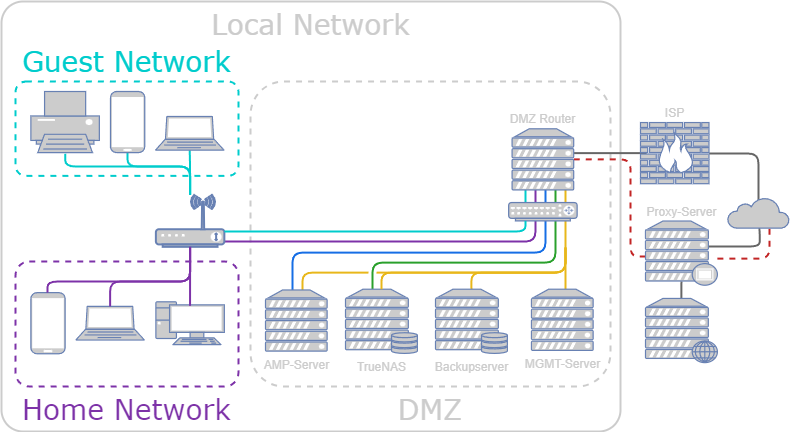
Earlier version of the draw.io export Network/Network_Layout_dark.png (Atomdonat/ServerDocumentation). Source tidied: cells renumbered, new cells last; positions are measured from the earlier drawing's top-left corner, leaving out a move shared by most shapes.
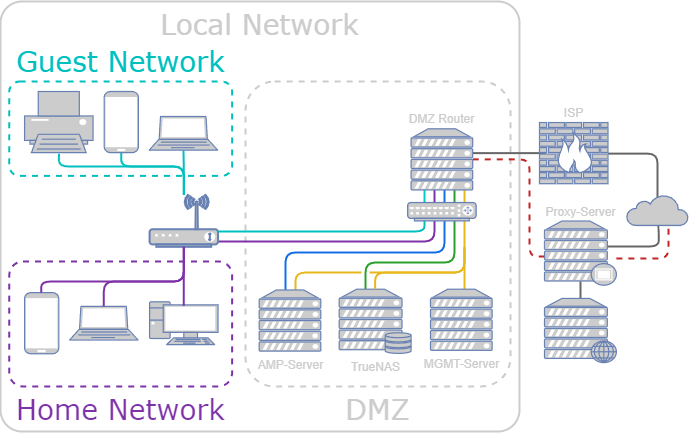
Later version of the same file.

Change to the diagram source:
```diff
@@ -3,25 +3,25 @@
     <mxCell id="0" />
     <mxCell id="1" parent="0" />
     <mxCell id="2" value="&lt;font color=&quot;#cccccc&quot;&gt;Local Network&lt;/font&gt;" style="rounded=1;whiteSpace=wrap;html=1;shadow=0;comic=0;strokeColor=#CCCCCC;strokeWidth=2;fillColor=none;fontFamily=Verdana;fontSize=28;fontColor=#6881B3;align=center;arcSize=5;verticalAlign=top;" parent="1" vertex="1">
-      <mxGeometry width="619" height="430" as="geometry" />
+      <mxGeometry x="5.3" width="519" height="430" as="geometry" />
     </mxCell>
     <mxCell id="3" value="&lt;font color=&quot;#cccccc&quot;&gt;DMZ&lt;/font&gt;" style="rounded=1;whiteSpace=wrap;html=1;shadow=0;comic=0;strokeColor=#CCCCCC;strokeWidth=2;fillColor=none;fontFamily=Verdana;fontSize=28;fontColor=#6881B3;align=center;arcSize=11;verticalAlign=top;dashed=1;labelPosition=center;verticalLabelPosition=bottom;" parent="1" vertex="1">
-      <mxGeometry x="249" y="80" width="360" height="305" as="geometry" />
+      <mxGeometry x="250.3" y="80" width="265" height="305" as="geometry" />
     </mxCell>
-    <mxCell id="4" value="&lt;font color=&quot;#00cccc&quot;&gt;Guest Network&lt;/font&gt;" style="rounded=1;whiteSpace=wrap;html=1;shadow=0;comic=0;strokeColor=#00CCCC;strokeWidth=2;fillColor=none;fontFamily=Verdana;fontSize=28;fontColor=#6881B3;align=center;arcSize=11;verticalAlign=bottom;dashed=1;labelPosition=center;verticalLabelPosition=top;" parent="1" vertex="1">
+    <mxCell id="4" value="&lt;font color=&quot;#00bfbf&quot;&gt;Guest Network&lt;/font&gt;" style="rounded=1;whiteSpace=wrap;html=1;shadow=0;comic=0;strokeColor=#00BFBF;strokeWidth=2;fillColor=none;fontFamily=Verdana;fontSize=28;fontColor=#6881B3;align=center;arcSize=11;verticalAlign=bottom;dashed=1;labelPosition=center;verticalLabelPosition=top;" parent="1" vertex="1">
       <mxGeometry x="14" y="80" width="223" height="94.4" as="geometry" />
     </mxCell>
     <mxCell id="5" style="rounded=1;orthogonalLoop=1;jettySize=auto;html=1;strokeColor=#E8B71A;strokeWidth=2;endArrow=none;endFill=0;" parent="1" edge="1">
       <mxGeometry relative="1" as="geometry">
-        <mxPoint x="564" y="188.4" as="sourcePoint" />
-        <mxPoint x="564" y="202.3" as="targetPoint" />
+        <mxPoint x="469.3" y="188.4" as="sourcePoint" />
+        <mxPoint x="469.3" y="202.3" as="targetPoint" />
       </mxGeometry>
     </mxCell>
     <mxCell id="6" style="edgeStyle=orthogonalEdgeStyle;rounded=1;jettySize=auto;html=1;curved=0;endArrow=none;endFill=0;strokeWidth=2;strokeColor=#666666;exitX=0.5;exitY=1;exitDx=0;exitDy=0;exitPerimeter=0;" parent="1" edge="1" source="16">
       <mxGeometry relative="1" as="geometry">
-        <mxPoint x="672.6" y="245" as="targetPoint" />
+        <mxPoint x="577.9" y="245" as="targetPoint" />
         <Array as="points">
-          <mxPoint x="758.2" y="245" />
+          <mxPoint x="663.5" y="245" />
         </Array>
       </mxGeometry>
     </mxCell>
@@ -40,7 +40,7 @@
     <mxCell id="11" style="edgeStyle=orthogonalEdgeStyle;rounded=1;jettySize=auto;html=1;curved=0;endArrow=none;endFill=0;strokeColor=#C22525;strokeWidth=2;dashed=1;" parent="1" edge="1" source="40" target="16">
       <mxGeometry relative="1" as="geometry">
         <Array as="points">
-          <mxPoint x="768" y="257.1" />
+          <mxPoint x="673.3" y="257.1" />
         </Array>
       </mxGeometry>
     </mxCell>
@@ -50,44 +50,43 @@
     <mxCell id="13" style="rounded=1;jettySize=auto;html=1;strokeColor=#7D32A8;strokeWidth=2;endArrow=none;endFill=0;jumpStyle=arc;edgeStyle=orthogonalEdgeStyle;" parent="1" edge="1" source="47" target="23">
       <mxGeometry relative="1" as="geometry">
         <Array as="points">
-          <mxPoint x="534" y="240" />
+          <mxPoint x="439.3" y="240" />
         </Array>
       </mxGeometry>
     </mxCell>
     <mxCell id="14" style="rounded=0;orthogonalLoop=1;jettySize=auto;html=1;endArrow=none;endFill=0;strokeColor=#7D32A8;strokeWidth=2;" parent="1" edge="1">
       <mxGeometry relative="1" as="geometry">
-        <mxPoint x="534" y="202.3" as="sourcePoint" />
-        <mxPoint x="534" y="188.4" as="targetPoint" />
+        <mxPoint x="439.3" y="202.3" as="sourcePoint" />
+        <mxPoint x="439.3" y="188.4" as="targetPoint" />
       </mxGeometry>
     </mxCell>
     <mxCell id="15" style="edgeStyle=orthogonalEdgeStyle;rounded=1;jettySize=auto;html=1;curved=0;strokeWidth=2;strokeColor=#666666;endArrow=none;endFill=0;exitX=0.5;exitY=0.08;exitDx=0;exitDy=0;exitPerimeter=0;" parent="1" edge="1" source="16" target="29">
       <mxGeometry relative="1" as="geometry">
         <Array as="points">
-          <mxPoint x="757" y="152" />
+          <mxPoint x="662.3" y="152" />
         </Array>
       </mxGeometry>
     </mxCell>
     <mxCell id="16" style="html=1;outlineConnect=0;fillColor=#CCCCCC;strokeColor=#6881B3;gradientColor=none;gradientDirection=north;strokeWidth=2;shape=mxgraph.networks.cloud;fontColor=#ffffff;" parent="1" vertex="1">
-      <mxGeometry x="726.2" y="196" width="61.6" height="30.6" as="geometry" />
+      <mxGeometry x="631.5" y="193.4" width="61.6" height="30.6" as="geometry" />
     </mxCell>
     <mxCell id="17" style="rounded=1;jettySize=auto;html=1;endArrow=none;endFill=0;strokeColor=#2AA02C;strokeWidth=2;edgeStyle=orthogonalEdgeStyle;" parent="1" edge="1" source="18" target="47">
       <mxGeometry relative="1" as="geometry">
         <Array as="points">
-          <mxPoint x="371" y="261" />
-          <mxPoint x="554" y="261" />
+          <mxPoint x="370.3" y="261" />
+          <mxPoint x="459.3" y="261" />
         </Array>
       </mxGeometry>
     </mxCell>
     <mxCell id="18" value="&lt;font color=&quot;#cccccc&quot;&gt;TrueNAS&lt;/font&gt;" style="fontColor=#0066CC;verticalAlign=top;verticalLabelPosition=bottom;labelPosition=center;align=center;html=1;outlineConnect=0;fillColor=#CCCCCC;strokeColor=#6881B3;gradientColor=none;gradientDirection=north;strokeWidth=2;shape=mxgraph.networks.server_storage;" parent="1" vertex="1">
       <mxGeometry x="344" y="287.7" width="71.9" height="64.2" as="geometry" />
     </mxCell>
-    <mxCell id="19" style="rounded=1;orthogonalLoop=1;jettySize=auto;html=1;endArrow=none;endFill=0;strokeWidth=2;strokeColor=#166EE5;jumpStyle=none;edgeStyle=orthogonalEdgeStyle;" parent="1" edge="1">
+    <mxCell id="19" style="rounded=1;jettySize=auto;html=1;endArrow=none;endFill=0;strokeWidth=2;strokeColor=#166EE5;jumpStyle=none;edgeStyle=orthogonalEdgeStyle;" parent="1" edge="1" source="38">
       <mxGeometry relative="1" as="geometry">
-        <mxPoint x="291" y="288.6" as="sourcePoint" />
-        <mxPoint x="544" y="219.5" as="targetPoint" />
+        <mxPoint x="449.3" y="219.5" as="targetPoint" />
         <Array as="points">
-          <mxPoint x="291" y="251" />
-          <mxPoint x="544" y="251" />
+          <mxPoint x="290.3" y="251" />
+          <mxPoint x="449.3" y="251" />
         </Array>
       </mxGeometry>
     </mxCell>
@@ -99,10 +98,10 @@
         </Array>
       </mxGeometry>
     </mxCell>
-    <mxCell id="21" style="edgeStyle=orthogonalEdgeStyle;rounded=1;jettySize=auto;html=1;strokeColor=#00CCCC;strokeWidth=2;curved=0;endArrow=none;endFill=0;" parent="1" edge="1" source="23" target="44">
+    <mxCell id="21" style="edgeStyle=orthogonalEdgeStyle;rounded=1;jettySize=auto;html=1;strokeColor=#00BFBF;strokeWidth=2;curved=0;endArrow=none;endFill=0;" parent="1" edge="1" source="23" target="44">
       <mxGeometry relative="1" as="geometry" />
     </mxCell>
-    <mxCell id="22" style="edgeStyle=orthogonalEdgeStyle;rounded=1;jettySize=auto;html=1;strokeColor=#00CCCC;strokeWidth=2;curved=0;endArrow=none;endFill=0;" parent="1" edge="1" source="23" target="43">
+    <mxCell id="22" style="edgeStyle=orthogonalEdgeStyle;rounded=1;jettySize=auto;html=1;strokeColor=#00BFBF;strokeWidth=2;curved=0;endArrow=none;endFill=0;" parent="1" edge="1" source="23" target="43">
       <mxGeometry relative="1" as="geometry">
         <Array as="points">
           <mxPoint x="189" y="165" />
@@ -113,7 +112,7 @@
     <mxCell id="23" style="fontColor=#0066CC;verticalAlign=top;verticalLabelPosition=bottom;labelPosition=center;align=center;html=1;outlineConnect=0;fillColor=#CCCCCC;strokeColor=#6881B3;gradientColor=none;gradientDirection=north;strokeWidth=2;shape=mxgraph.networks.wireless_modem;" parent="1" vertex="1">
       <mxGeometry x="154.4" y="193.4" width="68.5" height="52" as="geometry" />
     </mxCell>
-    <mxCell id="24" style="rounded=1;jettySize=auto;html=1;endArrow=none;endFill=0;strokeWidth=2;strokeColor=#00CCCC;edgeStyle=orthogonalEdgeStyle;curved=0;entryX=0.502;entryY=1.019;entryDx=0;entryDy=0;entryPerimeter=0;" parent="1" edge="1" source="23" target="9">
+    <mxCell id="24" style="rounded=1;jettySize=auto;html=1;endArrow=none;endFill=0;strokeWidth=2;strokeColor=#00BFBF;edgeStyle=orthogonalEdgeStyle;curved=0;entryX=0.502;entryY=1.019;entryDx=0;entryDy=0;entryPerimeter=0;" parent="1" edge="1" source="23" target="9">
       <mxGeometry relative="1" as="geometry">
         <Array as="points">
           <mxPoint x="189" y="165" />
@@ -138,67 +137,55 @@
     <mxCell id="28" style="edgeStyle=orthogonalEdgeStyle;rounded=1;jettySize=auto;html=1;strokeWidth=2;strokeColor=#666666;endArrow=none;endFill=0;curved=0;exitX=0;exitY=0.5;exitDx=0;exitDy=0;exitPerimeter=0;" parent="1" edge="1" source="29" target="46">
       <mxGeometry relative="1" as="geometry">
         <Array as="points">
-          <mxPoint x="647.2" y="151" />
-          <mxPoint x="647.2" y="151" />
+          <mxPoint x="552.5" y="151" />
+          <mxPoint x="552.5" y="151" />
         </Array>
       </mxGeometry>
     </mxCell>
     <mxCell id="29" value="ISP" style="fontColor=#CCCCCC;verticalAlign=bottom;verticalLabelPosition=top;labelPosition=center;align=center;html=1;outlineConnect=0;fillColor=#CCCCCC;strokeColor=#6881B3;gradientColor=none;gradientDirection=north;strokeWidth=2;shape=mxgraph.networks.firewall;" parent="1" vertex="1">
-      <mxGeometry x="639" y="121" width="68.5" height="61.1" as="geometry" />
+      <mxGeometry x="544.3" y="121" width="68.5" height="61.1" as="geometry" />
     </mxCell>
     <mxCell id="30" style="rounded=1;jettySize=auto;html=1;strokeColor=#E8B71A;strokeWidth=2;endArrow=none;endFill=0;jumpStyle=none;edgeStyle=orthogonalEdgeStyle;" parent="1" edge="1" source="36">
       <mxGeometry relative="1" as="geometry">
-        <mxPoint x="564" y="246.1" as="targetPoint" />
+        <mxPoint x="469.3" y="246.1" as="targetPoint" />
         <Array as="points">
-          <mxPoint x="564" y="257.7" />
-          <mxPoint x="564" y="257.7" />
+          <mxPoint x="469.3" y="257.7" />
+          <mxPoint x="469.3" y="257.7" />
         </Array>
       </mxGeometry>
     </mxCell>
-    <mxCell id="31" style="rounded=1;jettySize=auto;html=1;strokeColor=#E8B71A;strokeWidth=2;endArrow=none;endFill=0;jumpStyle=none;edgeStyle=orthogonalEdgeStyle;exitX=0.5;exitY=0;exitDx=0;exitDy=0;exitPerimeter=0;" parent="1" edge="1" source="32">
-      <mxGeometry relative="1" as="geometry">
-        <mxPoint x="564" y="246.1" as="targetPoint" />
-        <Array as="points">
-          <mxPoint x="470" y="271" />
-          <mxPoint x="564" y="271" />
-        </Array>
-      </mxGeometry>
-    </mxCell>
-    <mxCell id="32" value="&lt;span style=&quot;color: rgb(204, 204, 204);&quot;&gt;Backupserver&lt;/span&gt;" style="fontColor=#0066CC;verticalAlign=top;verticalLabelPosition=bottom;labelPosition=center;align=center;html=1;outlineConnect=0;fillColor=#CCCCCC;strokeColor=#6881B3;gradientColor=none;gradientDirection=north;strokeWidth=2;shape=mxgraph.networks.server_storage;" parent="1" vertex="1">
-      <mxGeometry x="434" y="287.7" width="71.9" height="64.2" as="geometry" />
-    </mxCell>
     <mxCell id="33" style="rounded=1;jettySize=auto;html=1;strokeWidth=2;strokeColor=#C22525;dashed=1;endArrow=none;endFill=0;edgeStyle=orthogonalEdgeStyle;" parent="1" edge="1" source="46" target="40">
       <mxGeometry relative="1" as="geometry">
         <Array as="points">
-          <mxPoint x="629" y="158" />
-          <mxPoint x="629" y="255" />
+          <mxPoint x="534.3" y="158" />
+          <mxPoint x="534.3" y="255" />
         </Array>
       </mxGeometry>
     </mxCell>
     <mxCell id="34" style="rounded=1;jettySize=auto;html=1;strokeColor=#E8B71A;strokeWidth=2;endArrow=none;endFill=0;jumpStyle=none;edgeStyle=orthogonalEdgeStyle;" parent="1" edge="1" source="18">
       <mxGeometry relative="1" as="geometry">
-        <mxPoint x="564" y="246.1" as="targetPoint" />
+        <mxPoint x="469.3" y="246.1" as="targetPoint" />
         <Array as="points">
-          <mxPoint x="380" y="271" />
-          <mxPoint x="564" y="271" />
+          <mxPoint x="380.3" y="271" />
+          <mxPoint x="469.3" y="271" />
         </Array>
       </mxGeometry>
     </mxCell>
     <mxCell id="35" style="rounded=1;jettySize=auto;html=1;endArrow=none;endFill=0;strokeWidth=2;strokeColor=#E8B71A;jumpStyle=gap;edgeStyle=orthogonalEdgeStyle;" parent="1" edge="1" source="38" target="47">
       <mxGeometry relative="1" as="geometry">
         <Array as="points">
-          <mxPoint x="301" y="271" />
-          <mxPoint x="564" y="271" />
+          <mxPoint x="300.3" y="271" />
+          <mxPoint x="469.3" y="271" />
         </Array>
       </mxGeometry>
     </mxCell>
     <mxCell id="36" value="MGMT-Server" style="fontColor=#CCCCCC;verticalAlign=top;verticalLabelPosition=bottom;labelPosition=center;align=center;html=1;outlineConnect=0;fillColor=#CCCCCC;strokeColor=#6881B3;gradientColor=none;gradientDirection=north;strokeWidth=2;shape=mxgraph.networks.server;" parent="1" vertex="1">
-      <mxGeometry x="530" y="287.7" width="61.6" height="61.1" as="geometry" />
+      <mxGeometry x="435.3" y="287.7" width="61.6" height="61.1" as="geometry" />
     </mxCell>
     <mxCell id="37" style="rounded=1;orthogonalLoop=1;jettySize=auto;html=1;strokeColor=#166EE5;strokeWidth=2;endArrow=none;endFill=0;" parent="1" edge="1">
       <mxGeometry relative="1" as="geometry">
-        <mxPoint x="544" y="185.2" as="sourcePoint" />
-        <mxPoint x="544" y="201.1" as="targetPoint" />
+        <mxPoint x="449.3" y="185.2" as="sourcePoint" />
+        <mxPoint x="449.3" y="201.1" as="targetPoint" />
       </mxGeometry>
     </mxCell>
     <mxCell id="38" value="AMP-Server" style="fontColor=#CCCCCC;verticalAlign=top;verticalLabelPosition=bottom;labelPosition=center;align=center;html=1;outlineConnect=0;fillColor=#CCCCCC;strokeColor=#6881B3;gradientColor=none;gradientDirection=north;strokeWidth=2;shape=mxgraph.networks.server;" parent="1" vertex="1">
@@ -206,19 +193,19 @@
     </mxCell>
     <mxCell id="39" style="edgeStyle=orthogonalEdgeStyle;rounded=1;jettySize=auto;html=1;curved=0;endArrow=none;endFill=0;strokeColor=#C22525;strokeWidth=2;dashed=1;" parent="1" edge="1" target="40">
       <mxGeometry relative="1" as="geometry">
-        <mxPoint x="672.6" y="257.2" as="sourcePoint" />
+        <mxPoint x="577.9" y="257.2" as="sourcePoint" />
       </mxGeometry>
     </mxCell>
     <mxCell id="40" value="&lt;font color=&quot;#cccccc&quot;&gt;Proxy-Server&lt;/font&gt;" style="fontColor=#0066CC;verticalAlign=bottom;verticalLabelPosition=top;labelPosition=center;align=center;html=1;outlineConnect=0;fillColor=#CCCCCC;strokeColor=#6881B3;gradientColor=none;gradientDirection=north;strokeWidth=2;shape=mxgraph.networks.proxy_server;" parent="1" vertex="1">
-      <mxGeometry x="644" y="219.5" width="71.9" height="64.2" as="geometry" />
+      <mxGeometry x="549.3" y="219.5" width="71.9" height="64.2" as="geometry" />
     </mxCell>
     <mxCell id="41" style="fontColor=#0066CC;verticalAlign=top;verticalLabelPosition=bottom;labelPosition=center;align=center;html=1;outlineConnect=0;fillColor=#CCCCCC;strokeColor=#6881B3;gradientColor=none;gradientDirection=north;strokeWidth=2;shape=mxgraph.networks.web_server;" parent="1" vertex="1">
-      <mxGeometry x="644" y="296.9" width="71.9" height="64.2" as="geometry" />
+      <mxGeometry x="549.3" y="296.9" width="71.9" height="64.2" as="geometry" />
     </mxCell>
     <mxCell id="42" style="rounded=1;orthogonalLoop=1;jettySize=auto;html=1;strokeColor=#2AA02C;strokeWidth=2;endArrow=none;endFill=0;curved=0;" parent="1" edge="1">
       <mxGeometry relative="1" as="geometry">
-        <mxPoint x="554" y="188.4" as="sourcePoint" />
-        <mxPoint x="554" y="203.4" as="targetPoint" />
+        <mxPoint x="459.3" y="188.4" as="sourcePoint" />
+        <mxPoint x="459.3" y="203.4" as="targetPoint" />
       </mxGeometry>
     </mxCell>
     <mxCell id="43" style="fontColor=#0066CC;verticalAlign=top;verticalLabelPosition=bottom;labelPosition=center;align=center;html=1;fillColor=#CCCCCC;strokeColor=#6881B3;gradientColor=none;gradientDirection=north;strokeWidth=2;shape=mxgraph.networks.mobile;rounded=0;shadow=0;comic=0;" parent="1" vertex="1">
@@ -229,20 +216,20 @@
     </mxCell>
     <mxCell id="45" style="rounded=1;orthogonalLoop=1;jettySize=auto;html=1;strokeColor=#00CCCC;strokeWidth=2;endArrow=none;endFill=0;" parent="1" edge="1">
       <mxGeometry relative="1" as="geometry">
-        <mxPoint x="524" y="187.2" as="sourcePoint" />
-        <mxPoint x="524" y="201.1" as="targetPoint" />
+        <mxPoint x="429.3" y="187.2" as="sourcePoint" />
+        <mxPoint x="429.3" y="201.1" as="targetPoint" />
       </mxGeometry>
     </mxCell>
     <mxCell id="46" value="&lt;font color=&quot;#cccccc&quot;&gt;DMZ Router&lt;/font&gt;" style="fontColor=#0066CC;verticalAlign=bottom;verticalLabelPosition=top;labelPosition=center;align=center;html=1;outlineConnect=0;fillColor=#CCCCCC;strokeColor=#6881B3;gradientColor=none;gradientDirection=north;strokeWidth=2;shape=mxgraph.networks.server;" parent="1" vertex="1">
-      <mxGeometry x="510.6" y="127.3" width="61.6" height="61.1" as="geometry" />
+      <mxGeometry x="415.9" y="127.3" width="61.6" height="61.1" as="geometry" />
     </mxCell>
     <mxCell id="47" style="fontColor=#0066CC;verticalAlign=top;verticalLabelPosition=bottom;labelPosition=center;align=center;html=1;outlineConnect=0;fillColor=#CCCCCC;strokeColor=#6881B3;gradientColor=none;gradientDirection=north;strokeWidth=2;shape=mxgraph.networks.router;" parent="1" vertex="1">
-      <mxGeometry x="507.2" y="201.1" width="68.5" height="18.3" as="geometry" />
+      <mxGeometry x="412.5" y="201.1" width="68.5" height="18.3" as="geometry" />
     </mxCell>
-    <mxCell id="48" style="rounded=1;jettySize=auto;html=1;strokeColor=#00CCCC;strokeWidth=2;endArrow=none;endFill=0;jumpStyle=arc;edgeStyle=orthogonalEdgeStyle;" parent="1" edge="1" source="47" target="23">
+    <mxCell id="48" style="rounded=1;jettySize=auto;html=1;strokeColor=#00BFBF;strokeWidth=2;endArrow=none;endFill=0;jumpStyle=arc;edgeStyle=orthogonalEdgeStyle;" parent="1" edge="1" source="47" target="23">
       <mxGeometry relative="1" as="geometry">
         <Array as="points">
-          <mxPoint x="524" y="230" />
+          <mxPoint x="429.3" y="230" />
         </Array>
       </mxGeometry>
     </mxCell>
```
